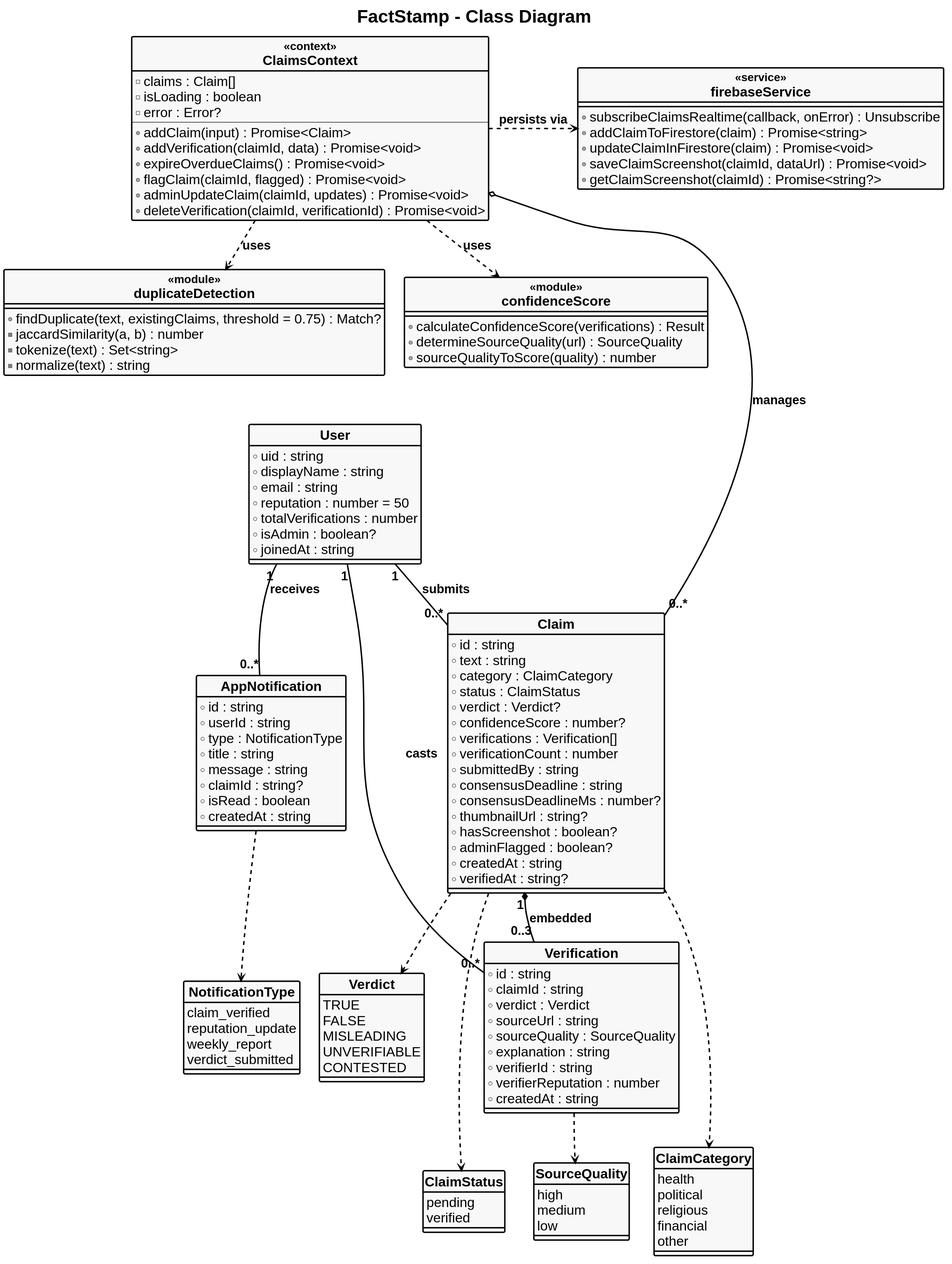
Earlier version of the PlantUML export FactStamp/main_blackbook/03_Requirements_and_Analysis/attachments/class_diagram.svg (aadish0day/typst). Source of this version:
```plantuml
@startuml
skinparam style strictuml
skinparam monochrome true
skinparam defaultFontName "Liberation Sans"
skinparam defaultFontSize 20
skinparam defaultFontStyle bold
skinparam titleFontSize 32
skinparam titleFontStyle bold

skinparam backgroundColor white
skinparam ArrowColor black
skinparam ArrowThickness 2.5
skinparam ArrowFontSize 22
skinparam ArrowFontStyle bold

skinparam EntityBorderColor black
skinparam EntityBorderThickness 2.5
skinparam EntityBackgroundColor #F8F9FA
skinparam EntityFontSize 22
skinparam EntityFontStyle bold

skinparam ClassBorderColor black
skinparam ClassBorderThickness 2.5
skinparam ClassBackgroundColor #F8F9FA
skinparam ClassFontSize 26
skinparam ClassFontStyle bold
skinparam ClassAttributeFontSize 24

title FactStamp - Class Diagram


class ClaimsContext <<context>> {
  - claims : Claim[]
  - isLoading : boolean
  - error : Error?
  --
  + addClaim(input) : Promise<Claim>
  + addVerification(claimId, data) : Promise<void>
  + expireOverdueClaims() : Promise<void>
  + flagClaim(claimId, flagged) : Promise<void>
  + adminUpdateClaim(claimId, updates) : Promise<void>
  + deleteVerification(claimId, verificationId) : Promise<void>
}

class firebaseService <<service>> {
  + subscribeClaimsRealtime(callback, onError) : Unsubscribe
  + addClaimToFirestore(claim) : Promise<string>
  + updateClaimInFirestore(claim) : Promise<void>
  + saveClaimScreenshot(claimId, dataUrl) : Promise<void>
  + getClaimScreenshot(claimId) : Promise<string?>
}

class duplicateDetection <<module>> {
  + findDuplicate(text, existingClaims, threshold = 0.75) : Match?
  - jaccardSimilarity(a, b) : number
  - tokenize(text) : Set<string>
  - normalize(text) : string
}

class confidenceScore <<module>> {
  + calculateConfidenceScore(verifications) : Result
  + determineSourceQuality(url) : SourceQuality
  + sourceQualityToScore(quality) : number
}

class User {
  + uid : string
  + displayName : string
  + email : string
  + reputation : number = 50
  + totalVerifications : number
  + isAdmin : boolean?
  + joinedAt : string
}

class Claim {
  + id : string
  + text : string
  + category : ClaimCategory
  + status : ClaimStatus
  + verdict : Verdict?
  + confidenceScore : number?
  + verifications : Verification[]
  + verificationCount : number
  + submittedBy : string
  + consensusDeadline : string
  + consensusDeadlineMs : number?
  + thumbnailUrl : string?
  + hasScreenshot : boolean?
  + adminFlagged : boolean?
  + createdAt : string
  + verifiedAt : string?
}

class Verification {
  + id : string
  + claimId : string
  + verdict : Verdict
  + sourceUrl : string
  + sourceQuality : SourceQuality
  + explanation : string
  + verifierId : string
  + verifierReputation : number
  + createdAt : string
}

class AppNotification {
  + id : string
  + userId : string
  + type : NotificationType
  + title : string
  + message : string
  + claimId : string?
  + isRead : boolean
  + createdAt : string
}

enum Verdict {
  TRUE
  FALSE
  MISLEADING
  UNVERIFIABLE
  CONTESTED
}

enum ClaimStatus {
  pending
  verified
}

enum ClaimCategory {
  health
  political
  religious
  financial
  other
}

enum SourceQuality {
  high
  medium
  low
}

enum NotificationType {
  claim_verified
  reputation_update
  weekly_report
  verdict_submitted
}

ClaimsContext ..> duplicateDetection : uses
ClaimsContext ..> confidenceScore : uses
ClaimsContext ..> firebaseService : persists via
ClaimsContext o-- "0..*" Claim : manages

User "1" -- "0..*" Claim : submits
User "1" -- "0..*" Verification : casts
User "1" -- "0..*" AppNotification : receives
Claim "1" *-- "0..3" Verification : embedded

Claim ..> ClaimStatus
Claim ..> ClaimCategory
Claim ..> Verdict
Verification ..> SourceQuality
AppNotification ..> NotificationType

ClaimsContext -[hidden]right- firebaseService
ClaimsContext -[hidden]down- duplicateDetection
firebaseService -[hidden]down- confidenceScore
duplicateDetection -[hidden]right- confidenceScore
duplicateDetection -[hidden]down- User
confidenceScore -[hidden]down- Claim
User -[hidden]down- AppNotification
Claim -[hidden]down- Verification
AppNotification -[hidden]down- Verdict
AppNotification -[hidden]down- NotificationType
Verification -[hidden]down- SourceQuality
Verification -[hidden]down- ClaimStatus
Verification -[hidden]down- ClaimCategory
@enduml
```
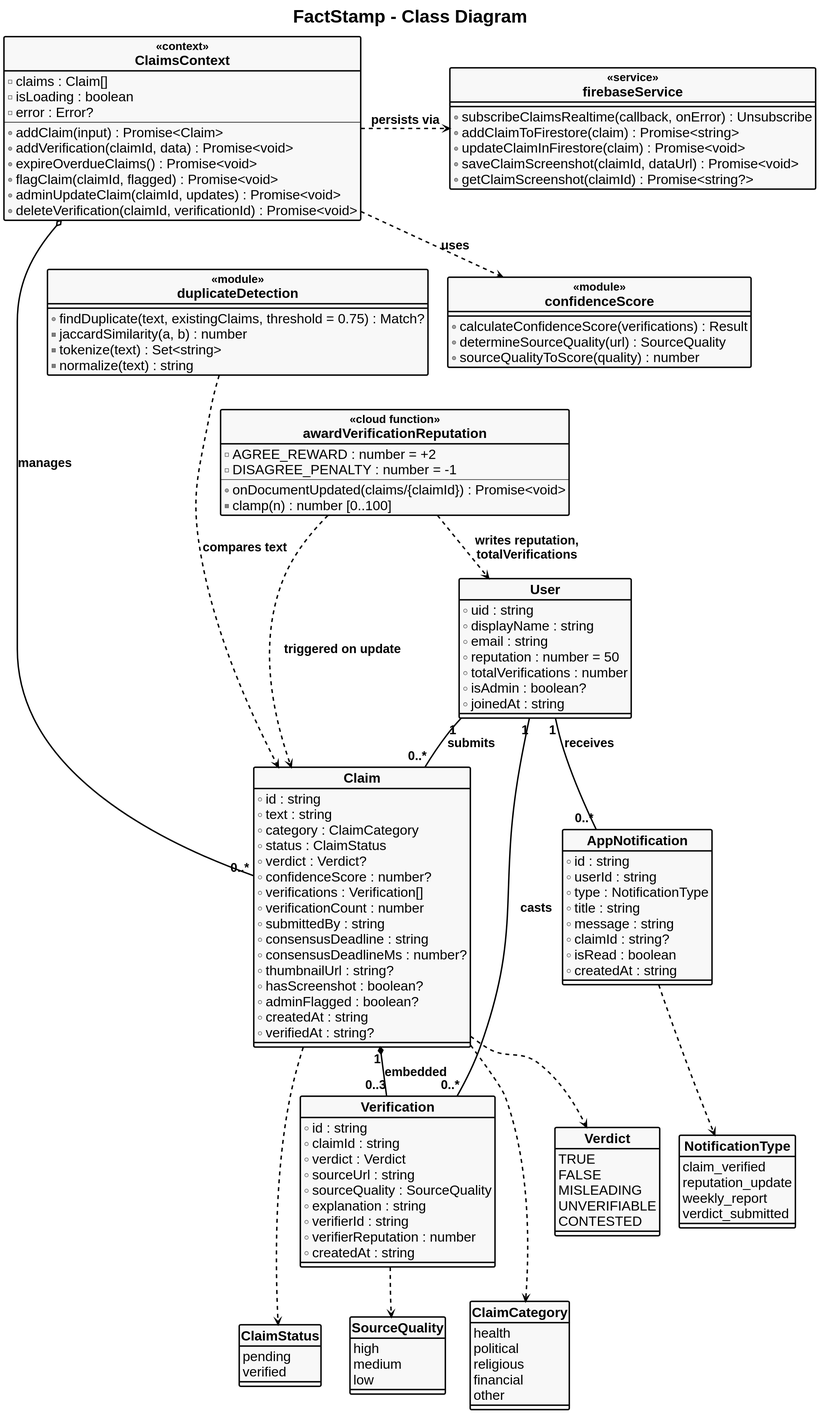
After the change.

Change to the diagram source:
```diff
@@ -48,6 +48,14 @@
   + updateClaimInFirestore(claim) : Promise<void>
   + saveClaimScreenshot(claimId, dataUrl) : Promise<void>
   + getClaimScreenshot(claimId) : Promise<string?>
+}
+
+class awardVerificationReputation <<cloud function>> {
+  - AGREE_REWARD : number = +2
+  - DISAGREE_PENALTY : number = -1
+  --
+  + onDocumentUpdated(claims/{claimId}) : Promise<void>
+  - clamp(n) : number [0..100]
 }
 
 class duplicateDetection <<module>> {
@@ -149,10 +157,12 @@
   verdict_submitted
 }
 
-ClaimsContext ..> duplicateDetection : uses
 ClaimsContext ..> confidenceScore : uses
 ClaimsContext ..> firebaseService : persists via
 ClaimsContext o-- "0..*" Claim : manages
+duplicateDetection ..> Claim : compares text
+awardVerificationReputation ..> Claim : triggered on update
+awardVerificationReputation ..> User : writes reputation,\ntotalVerifications
 
 User "1" -- "0..*" Claim : submits
 User "1" -- "0..*" Verification : casts
@@ -170,7 +180,8 @@
 firebaseService -[hidden]down- confidenceScore
 duplicateDetection -[hidden]right- confidenceScore
 duplicateDetection -[hidden]down- User
-confidenceScore -[hidden]down- Claim
+confidenceScore -[hidden]down- awardVerificationReputation
+awardVerificationReputation -[hidden]down- Claim
 User -[hidden]down- AppNotification
 Claim -[hidden]down- Verification
 AppNotification -[hidden]down- Verdict
```
